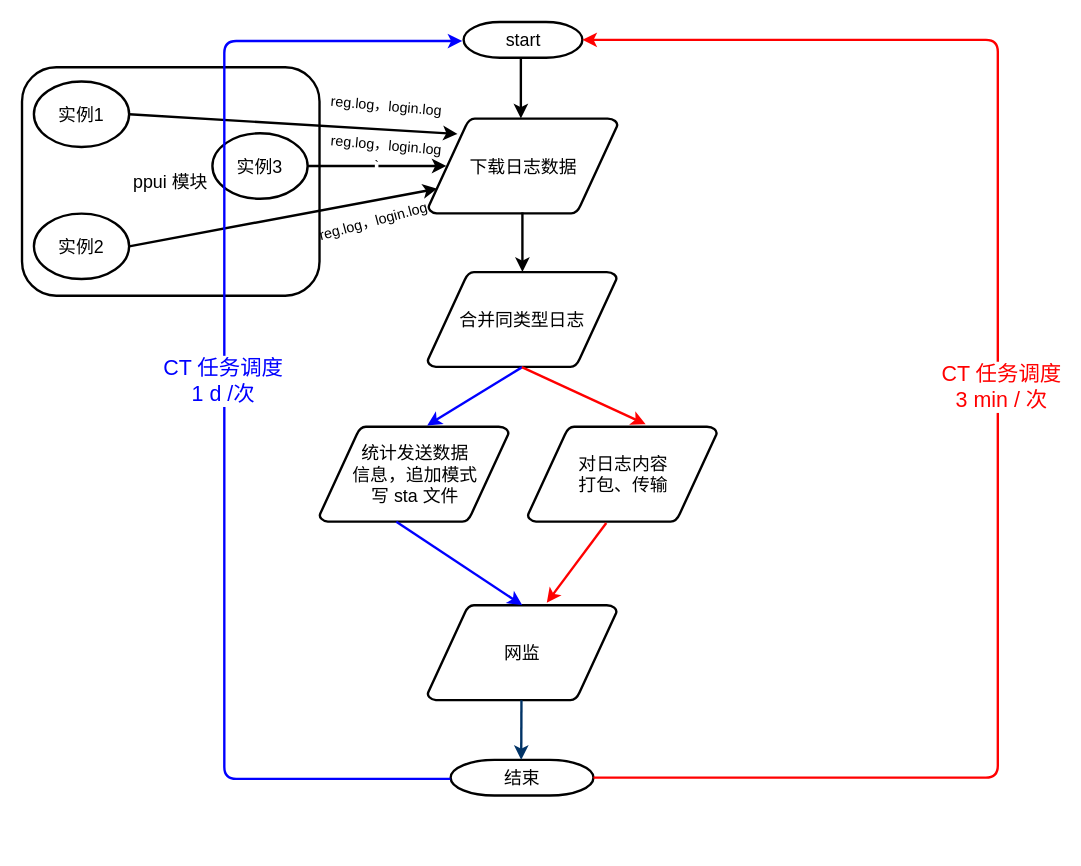
Earlier version of the draw.io diagram Untitled Diagram.drawio (ywq1113/VASP_script). Source tidied: cells renumbered, new cells numbered last; positions are measured from the earlier drawing's top-left corner, leaving out a move shared by most shapes. Both pictures are drawn from the tidied source at 119%, with x=0, y=0 at pixel (21, 21).
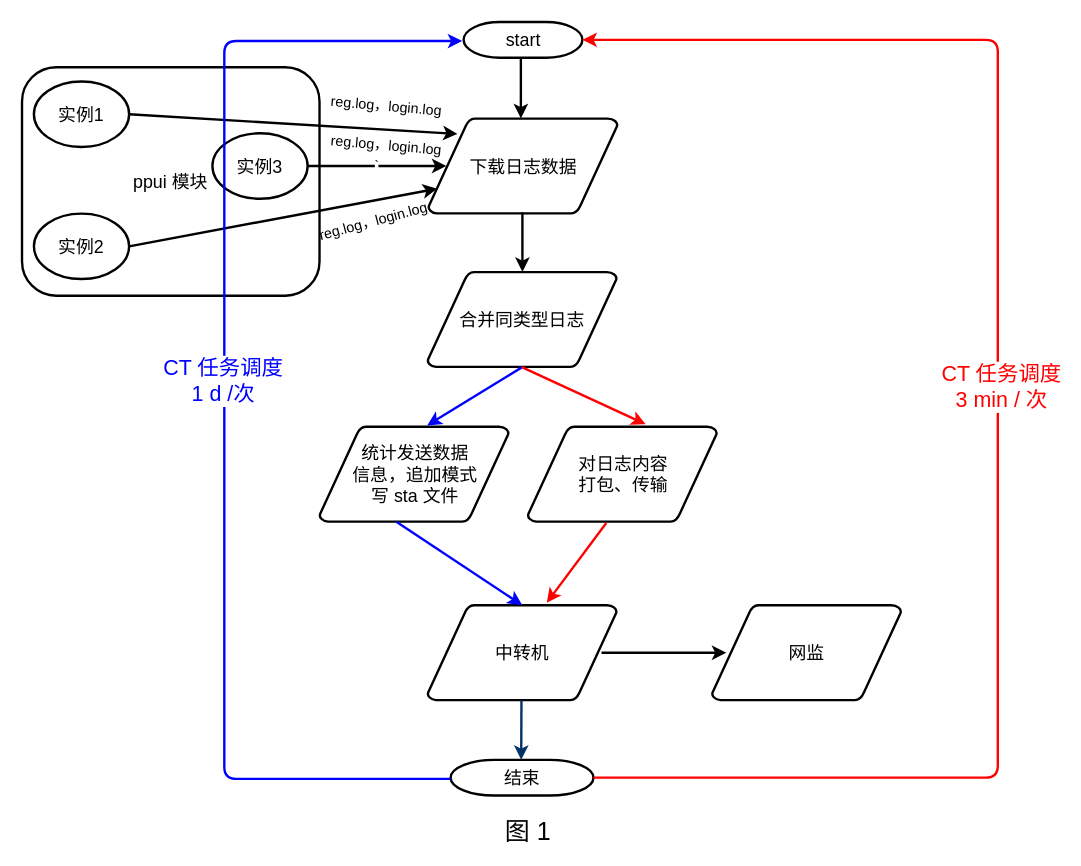
The same page after the edit.

The edit, as a diff of the source:
```diff
@@
-    <mxCell id="15" value="&lt;font style=&quot;font-size: 15px&quot;&gt;网监&lt;/font&gt;" style="shape=mxgraph.flowchart.data;strokeWidth=2;gradientColor=none;gradientDirection=north;fontStyle=0;html=1;" parent="1" vertex="1">
+    <mxCell id="15" value="&lt;font style=&quot;font-size: 15px&quot;&gt;中转机&lt;/font&gt;" style="shape=mxgraph.flowchart.data;strokeWidth=2;gradientColor=none;gradientDirection=north;fontStyle=0;html=1;" parent="1" vertex="1">
       <mxGeometry x="340.8" y="490" width="159" height="80" as="geometry" />
     </mxCell>
@@
+    <mxCell id="30" value="&lt;font style=&quot;font-size: 15px&quot;&gt;网监&lt;/font&gt;" style="shape=mxgraph.flowchart.data;strokeWidth=2;gradientColor=none;gradientDirection=north;fontStyle=0;html=1;" parent="1" vertex="1">
+      <mxGeometry x="579.8" y="490" width="159" height="80" as="geometry" />
+    </mxCell>
+    <mxCell id="31" style="edgeStyle=orthogonalEdgeStyle;rounded=0;orthogonalLoop=1;jettySize=auto;html=1;strokeWidth=2;entryX=0.095;entryY=0.5;entryDx=0;entryDy=0;entryPerimeter=0;" parent="1" edge="1">
+      <mxGeometry relative="1" as="geometry">
+        <mxPoint x="487" y="530" as="sourcePoint" />
+        <mxPoint x="591.9" y="530" as="targetPoint" />
+      </mxGeometry>
+    </mxCell>
+    <mxCell id="32" value="图 1" style="text;html=1;strokeColor=none;fillColor=none;align=center;verticalAlign=middle;whiteSpace=wrap;rounded=0;fontSize=21;" parent="1" vertex="1">
+      <mxGeometry x="401" y="670" width="49" height="20" as="geometry" />
+    </mxCell>
```
